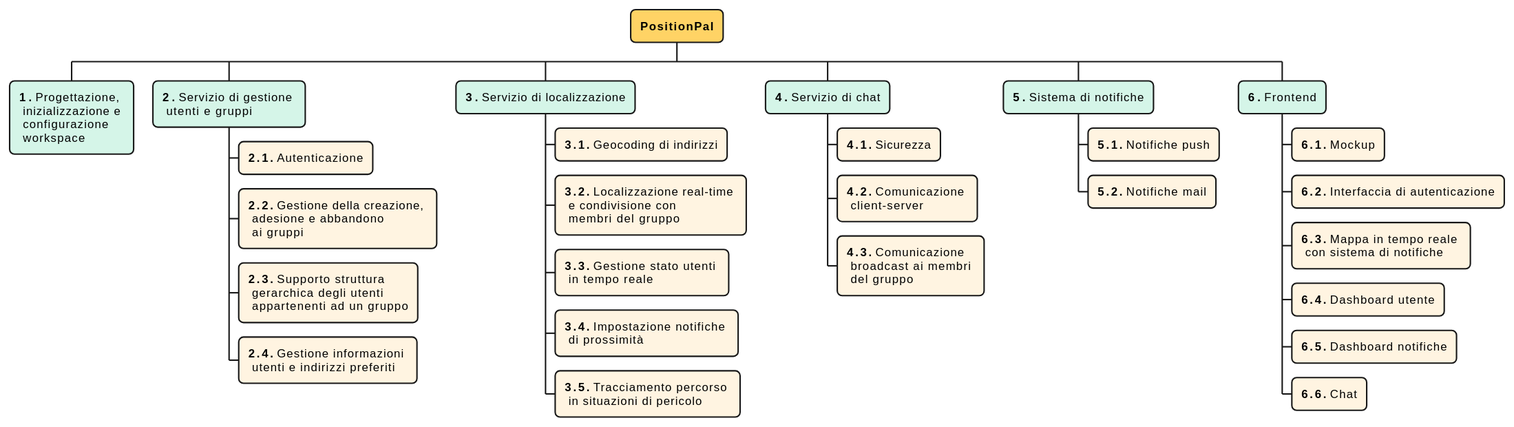
The PlantUML diagram res/rbs.svg in position-pal/PM-report, before a commit.
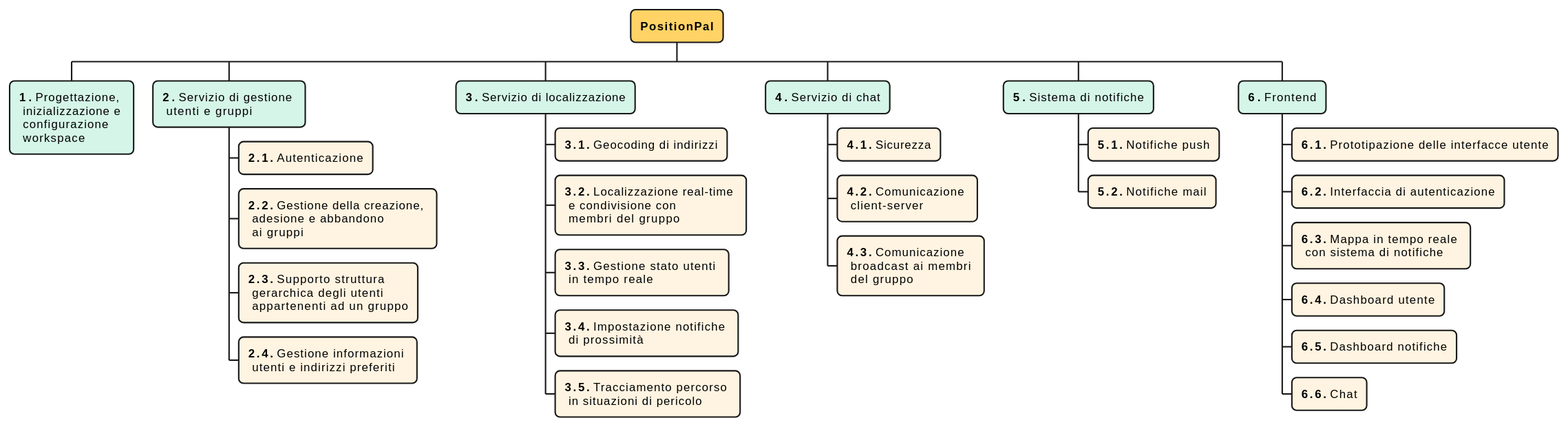
Above is the later version.

What changed in the source:
```diff
@@ -44,7 +44,7 @@
 +++ **5.2.** Notifiche mail
 
 ++ **6.** Frontend
-+++ **6.1.** Mockup
++++ **6.1.** Prototipazione delle interfacce utente
 +++ **6.2.** Interfaccia di autenticazione
 +++ **6.3.** Mappa in tempo reale \n con sistema di notifiche
 +++ **6.4.** Dashboard utente
```
